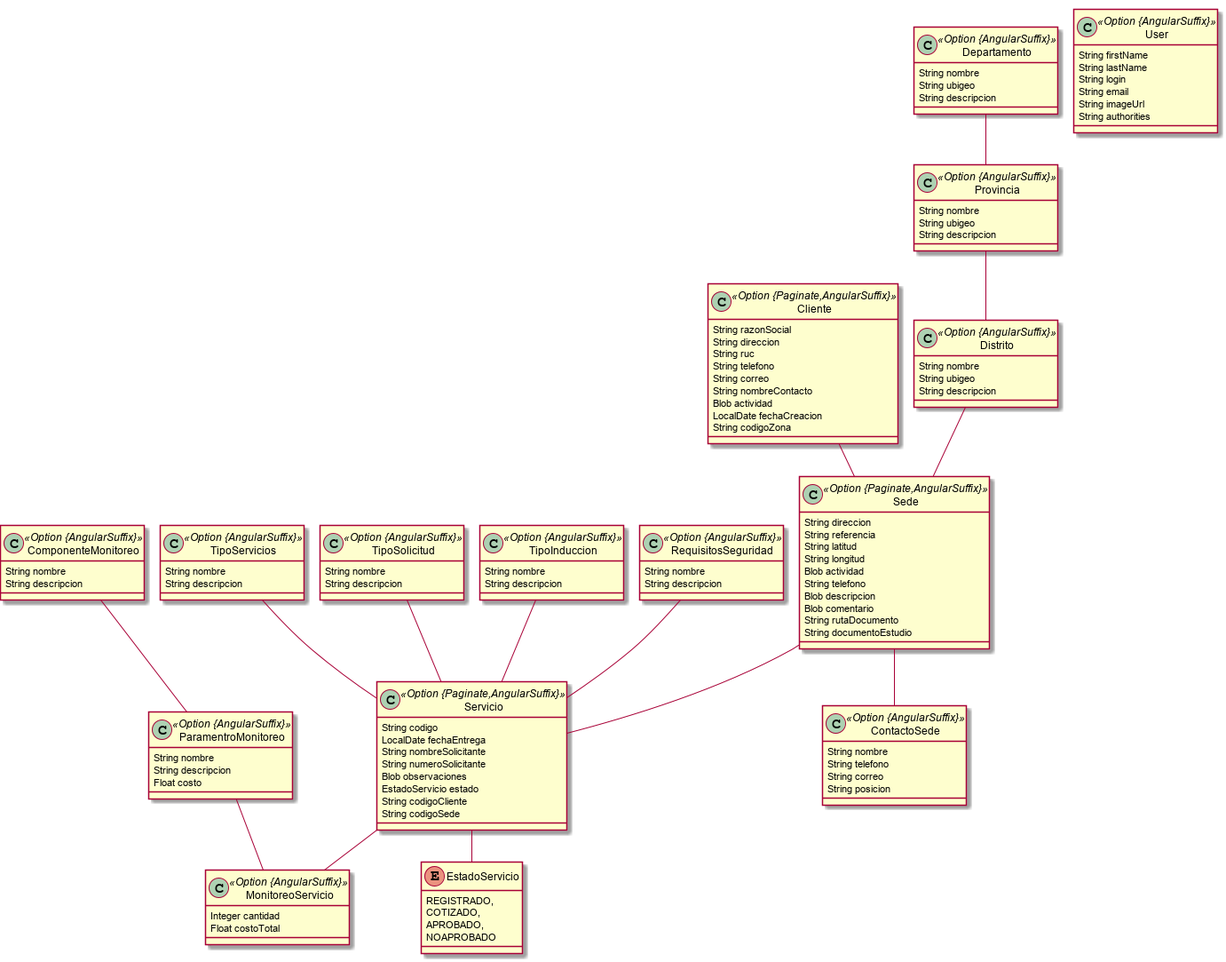
This is Comercial.model.png from MIJAEL888/Sigma, a PlantUML export, as it was before one commit. The source it was exported from:
```plantuml
@startuml
	!pragma graphviz_dot jdot
	!pragma syntax class
	class Servicio <<Option {Paginate,AngularSuffix}>> {
		String codigo
		LocalDate fechaEntrega
		String nombreSolicitante
		String numeroSolicitante
		Blob observaciones
		EstadoServicio estado
		String codigoCliente
		String codigoSede
	}
	Servicio ..> EstadoServicio
	class MonitoreoServicio <<Option {AngularSuffix}>> {
		Integer cantidad
		Float costoTotal
	}
	class ComponenteMonitoreo <<Option {AngularSuffix}>> {
		String nombre
		String descripcion
	}
	class ParamentroMonitoreo <<Option {AngularSuffix}>> {
		String nombre
		String descripcion
		Float costo
	}
	enum EstadoServicio {
		REGISTRADO,
		COTIZADO,
		APROBADO,
		NOAPROBADO
	}
	class TipoServicios <<Option {AngularSuffix}>> {
		String nombre
		String descripcion
	}
	class TipoSolicitud <<Option {AngularSuffix}>> {
		String nombre
		String descripcion
	}
	class TipoInduccion <<Option {AngularSuffix}>> {
		String nombre
		String descripcion
	}
	class RequisitosSeguridad <<Option {AngularSuffix}>> {
		String nombre
		String descripcion
	}
	class Cliente <<Option {Paginate,AngularSuffix}>> {
		String razonSocial
		String direccion
		String ruc
		String telefono
		String correo
		String nombreContacto
		Blob actividad
		LocalDate fechaCreacion
		String codigoZona
	}
	class Sede <<Option {Paginate,AngularSuffix}>> {
		String direccion
		String referencia
		String latitud
		String longitud
		Blob actividad
		String telefono
		Blob descripcion
		Blob comentario
		String rutaDocumento
		String documentoEstudio
	}
	class ContactoSede <<Option {AngularSuffix}>> {
		String nombre
		String telefono
		String correo
		String posicion
	}
	class Distrito <<Option {AngularSuffix}>> {
		String nombre
		String ubigeo
		String descripcion
	}
	class Provincia <<Option {AngularSuffix}>> {
		String nombre
		String ubigeo
		String descripcion
	}
	class Departamento <<Option {AngularSuffix}>> {
		String nombre
		String ubigeo
		String descripcion
	}
	Servicio  "monitoreoServicio 0..1 " --o "0..* "  MonitoreoServicio
	ParamentroMonitoreo  "monitoreoServicio 0..1 " --o "0..* "  MonitoreoServicio
	TipoServicios  "sevicio 0..1 " --o "0..* "  Servicio
	TipoSolicitud  "sevicio 0..1 " --o "0..* "  Servicio
	TipoInduccion  "sevicio 0..1 " --o "0..* "  Servicio
	RequisitosSeguridad  "sevicio 0..1 " --o "0..* "  Servicio
	ComponenteMonitoreo  "paramentroMonitoreo 0..1 " --o "0..* "  ParamentroMonitoreo
	Departamento  "provincia 0..1 " --o "0..* "  Provincia
	Provincia  "distrito 0..1 " --o "0..* "  Distrito
	Distrito  "sede 0..1 " --o "0..* "  Sede
	Sede  "contactoSede 0..1 " --o "0..* "  ContactoSede
	Cliente  "sede 0..1 " --o "cliente 0..* "  Sede
	Sede  "servicio 0..1 " --o "0..* "  Servicio
	class User <<Option {AngularSuffix}>> {
		String firstName
		String lastName
		String login
		String email
		String imageUrl
		String authorities
	}
@enduml
```
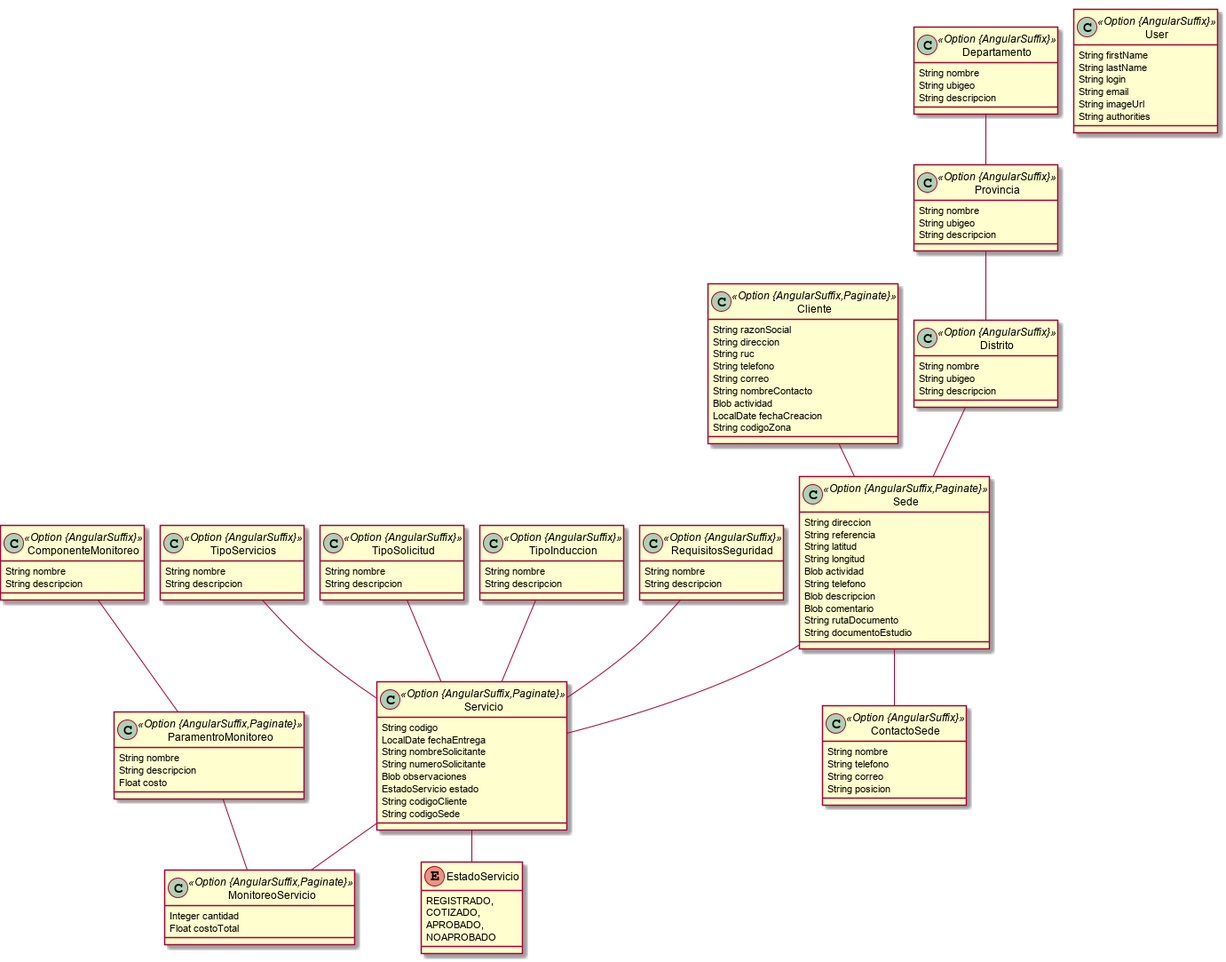
The same diagram one commit later.

What changed in the source:
```diff
@@ -1,7 +1,7 @@
 @startuml
 	!pragma graphviz_dot jdot
 	!pragma syntax class
-	class Servicio <<Option {Paginate,AngularSuffix}>> {
+	class Servicio <<Option {AngularSuffix,Paginate}>> {
 		String codigo
 		LocalDate fechaEntrega
 		String nombreSolicitante
@@ -12,7 +12,7 @@
 		String codigoSede
 	}
 	Servicio ..> EstadoServicio
-	class MonitoreoServicio <<Option {AngularSuffix}>> {
+	class MonitoreoServicio <<Option {AngularSuffix,Paginate}>> {
 		Integer cantidad
 		Float costoTotal
 	}
@@ -20,7 +20,7 @@
 		String nombre
 		String descripcion
 	}
-	class ParamentroMonitoreo <<Option {AngularSuffix}>> {
+	class ParamentroMonitoreo <<Option {AngularSuffix,Paginate}>> {
 		String nombre
 		String descripcion
 		Float costo
@@ -47,7 +47,7 @@
 		String nombre
 		String descripcion
 	}
-	class Cliente <<Option {Paginate,AngularSuffix}>> {
+	class Cliente <<Option {AngularSuffix,Paginate}>> {
 		String razonSocial
 		String direccion
 		String ruc
@@ -58,7 +58,7 @@
 		LocalDate fechaCreacion
 		String codigoZona
 	}
-	class Sede <<Option {Paginate,AngularSuffix}>> {
+	class Sede <<Option {AngularSuffix,Paginate}>> {
 		String direccion
 		String referencia
 		String latitud
```
